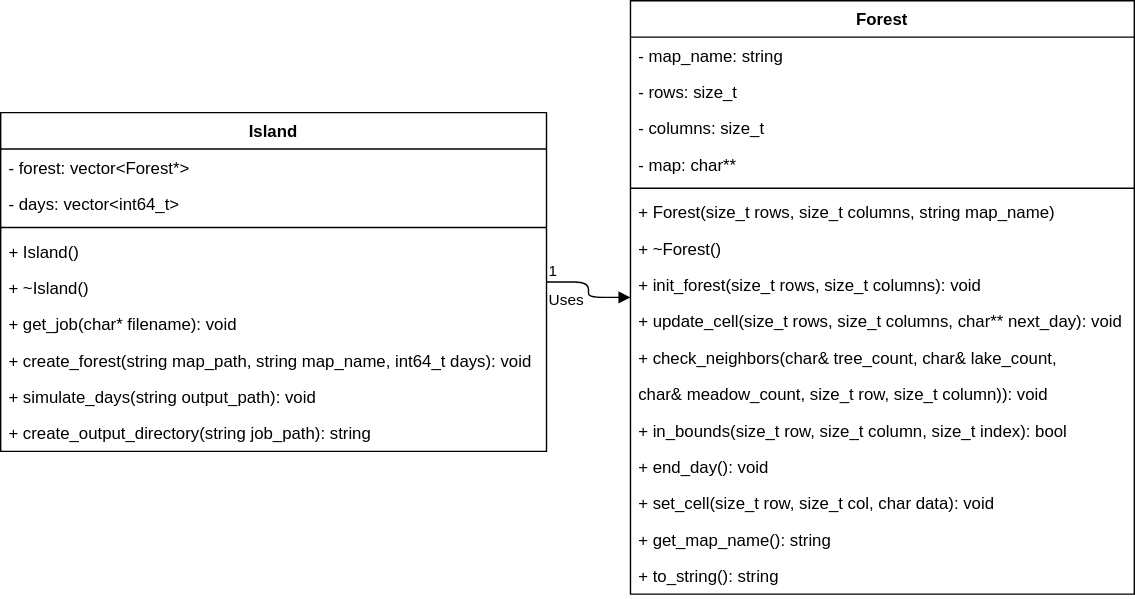
GilbertAb/Projects-Parallel_Computing keeps this draw.io diagram as proyecto-2/img/class_diagram.svg. Above is the earlier version. Source tidied: cells renumbered, new cells last; positions are measured from the earlier drawing's top-left corner, leaving out a move shared by most shapes. Source of this version:
```xml
<mxGraphModel>
  <root>
    <mxCell id="0" />
    <mxCell id="1" parent="0" />
    <mxCell id="2" value="Island" style="swimlane;fontStyle=1;align=center;verticalAlign=top;horizontal=1;startSize=26;" parent="1" vertex="1">
      <mxGeometry y="80" width="390" height="242" as="geometry" />
    </mxCell>
    <mxCell id="3" value="- forest: vector&lt;Forest*&gt;" style="text;strokeColor=none;fillColor=none;align=left;verticalAlign=top;spacingLeft=4;spacingRight=4;overflow=hidden;" parent="2" vertex="1">
      <mxGeometry y="26" width="390" height="26" as="geometry" />
    </mxCell>
    <mxCell id="4" value="- days: vector&lt;int64_t&gt;" style="text;strokeColor=none;fillColor=none;align=left;verticalAlign=top;spacingLeft=4;spacingRight=4;overflow=hidden;" parent="2" vertex="1">
      <mxGeometry y="52" width="390" height="26" as="geometry" />
    </mxCell>
    <mxCell id="5" style="line;strokeWidth=1;fillColor=none;align=left;verticalAlign=middle;spacingTop=-1;spacingLeft=3;spacingRight=3;labelPosition=right;" parent="2" vertex="1">
      <mxGeometry y="78" width="390" height="8" as="geometry" />
    </mxCell>
    <mxCell id="6" value="+ Island()" style="text;strokeColor=none;fillColor=none;align=left;verticalAlign=top;spacingLeft=4;spacingRight=4;overflow=hidden;" parent="2" vertex="1">
      <mxGeometry y="86" width="390" height="26" as="geometry" />
    </mxCell>
    <mxCell id="7" value="+ ~Island()" style="text;strokeColor=none;fillColor=none;align=left;verticalAlign=top;spacingLeft=4;spacingRight=4;overflow=hidden;" parent="2" vertex="1">
      <mxGeometry y="112" width="390" height="26" as="geometry" />
    </mxCell>
    <mxCell id="8" value="+ get_job(char* filename): void" style="text;strokeColor=none;fillColor=none;align=left;verticalAlign=top;spacingLeft=4;spacingRight=4;overflow=hidden;" parent="2" vertex="1">
      <mxGeometry y="138" width="390" height="26" as="geometry" />
    </mxCell>
    <mxCell id="9" value="+ create_forest(string map_path, string map_name, int64_t days): void" style="text;strokeColor=none;fillColor=none;align=left;verticalAlign=top;spacingLeft=4;spacingRight=4;overflow=hidden;" parent="2" vertex="1">
      <mxGeometry y="164" width="390" height="26" as="geometry" />
    </mxCell>
    <mxCell id="10" value="+ simulate_days(string output_path): void" style="text;strokeColor=none;fillColor=none;align=left;verticalAlign=top;spacingLeft=4;spacingRight=4;overflow=hidden;" parent="2" vertex="1">
      <mxGeometry y="190" width="390" height="26" as="geometry" />
    </mxCell>
    <mxCell id="11" value="+ create_output_directory(string job_path): string" style="text;strokeColor=none;fillColor=none;align=left;verticalAlign=top;spacingLeft=4;spacingRight=4;overflow=hidden;" parent="2" vertex="1">
      <mxGeometry y="216" width="390" height="26" as="geometry" />
    </mxCell>
    <mxCell id="12" value="Forest" style="swimlane;fontStyle=1;align=center;verticalAlign=top;horizontal=1;startSize=26;" parent="1" vertex="1">
      <mxGeometry x="450" width="360" height="424" as="geometry" />
    </mxCell>
    <mxCell id="13" value="- map_name: string" style="text;strokeColor=none;fillColor=none;align=left;verticalAlign=top;spacingLeft=4;spacingRight=4;overflow=hidden;" parent="12" vertex="1">
      <mxGeometry y="26" width="360" height="26" as="geometry" />
    </mxCell>
    <mxCell id="14" value="- rows: size_t" style="text;strokeColor=none;fillColor=none;align=left;verticalAlign=top;spacingLeft=4;spacingRight=4;overflow=hidden;" parent="12" vertex="1">
      <mxGeometry y="52" width="360" height="26" as="geometry" />
    </mxCell>
    <mxCell id="15" value="- columns: size_t" style="text;strokeColor=none;fillColor=none;align=left;verticalAlign=top;spacingLeft=4;spacingRight=4;overflow=hidden;" parent="12" vertex="1">
      <mxGeometry y="78" width="360" height="26" as="geometry" />
    </mxCell>
    <mxCell id="16" value="- map: char**" style="text;strokeColor=none;fillColor=none;align=left;verticalAlign=top;spacingLeft=4;spacingRight=4;overflow=hidden;" parent="12" vertex="1">
      <mxGeometry y="104" width="360" height="26" as="geometry" />
    </mxCell>
    <mxCell id="17" style="line;strokeWidth=1;fillColor=none;align=left;verticalAlign=middle;spacingTop=-1;spacingLeft=3;spacingRight=3;labelPosition=right;" parent="12" vertex="1">
      <mxGeometry y="130" width="360" height="8" as="geometry" />
    </mxCell>
    <mxCell id="18" value="+ Forest(size_t rows, size_t columns, string map_name)" style="text;strokeColor=none;fillColor=none;align=left;verticalAlign=top;spacingLeft=4;spacingRight=4;overflow=hidden;" parent="12" vertex="1">
      <mxGeometry y="138" width="360" height="26" as="geometry" />
    </mxCell>
    <mxCell id="19" value="+ ~Forest()" style="text;strokeColor=none;fillColor=none;align=left;verticalAlign=top;spacingLeft=4;spacingRight=4;overflow=hidden;" parent="12" vertex="1">
      <mxGeometry y="164" width="360" height="26" as="geometry" />
    </mxCell>
    <mxCell id="20" value="+ init_forest(size_t rows, size_t columns): void" style="text;strokeColor=none;fillColor=none;align=left;verticalAlign=top;spacingLeft=4;spacingRight=4;overflow=hidden;" parent="12" vertex="1">
      <mxGeometry y="190" width="360" height="26" as="geometry" />
    </mxCell>
    <mxCell id="21" value="+ update_cell(size_t rows, size_t columns, char** next_day): void" style="text;strokeColor=none;fillColor=none;align=left;verticalAlign=top;spacingLeft=4;spacingRight=4;overflow=hidden;" parent="12" vertex="1">
      <mxGeometry y="216" width="360" height="26" as="geometry" />
    </mxCell>
    <mxCell id="22" value="+ check_neighbors(char&amp; tree_count, char&amp; lake_count, " style="text;strokeColor=none;fillColor=none;align=left;verticalAlign=top;spacingLeft=4;spacingRight=4;overflow=hidden;" parent="12" vertex="1">
      <mxGeometry y="242" width="360" height="26" as="geometry" />
    </mxCell>
    <mxCell id="23" value="char&amp; meadow_count, size_t row, size_t column)): void" style="text;strokeColor=none;fillColor=none;align=left;verticalAlign=top;spacingLeft=4;spacingRight=4;overflow=hidden;" parent="12" vertex="1">
      <mxGeometry y="268" width="360" height="26" as="geometry" />
    </mxCell>
    <mxCell id="24" value="+ in_bounds(size_t row, size_t column, size_t index): bool" style="text;strokeColor=none;fillColor=none;align=left;verticalAlign=top;spacingLeft=4;spacingRight=4;overflow=hidden;" parent="12" vertex="1">
      <mxGeometry y="294" width="360" height="26" as="geometry" />
    </mxCell>
    <mxCell id="25" value="+ end_day(): void" style="text;strokeColor=none;fillColor=none;align=left;verticalAlign=top;spacingLeft=4;spacingRight=4;overflow=hidden;" parent="12" vertex="1">
      <mxGeometry y="320" width="360" height="26" as="geometry" />
    </mxCell>
    <mxCell id="26" value="+ set_cell(size_t row, size_t col, char data): void" style="text;strokeColor=none;fillColor=none;align=left;verticalAlign=top;spacingLeft=4;spacingRight=4;overflow=hidden;" parent="12" vertex="1">
      <mxGeometry y="346" width="360" height="26" as="geometry" />
    </mxCell>
    <mxCell id="27" value="+ get_map_name(): string" style="text;strokeColor=none;fillColor=none;align=left;verticalAlign=top;spacingLeft=4;spacingRight=4;overflow=hidden;" parent="12" vertex="1">
      <mxGeometry y="372" width="360" height="26" as="geometry" />
    </mxCell>
    <mxCell id="28" value="+ to_string(): string" style="text;strokeColor=none;fillColor=none;align=left;verticalAlign=top;spacingLeft=4;spacingRight=4;overflow=hidden;" parent="12" vertex="1">
      <mxGeometry y="398" width="360" height="26" as="geometry" />
    </mxCell>
    <mxCell id="29" value="Uses" style="endArrow=block;endFill=1;html=1;edgeStyle=orthogonalEdgeStyle;align=left;verticalAlign=top;" parent="1" edge="1" source="2" target="12">
      <mxGeometry x="-1" relative="1" as="geometry" />
    </mxCell>
    <mxCell id="30" value="1" style="edgeLabel;html=1;align=left;verticalAlign=bottom;" parent="29" vertex="1">
      <mxGeometry x="-1" relative="1" as="geometry" />
    </mxCell>
  </root>
</mxGraphModel>
```
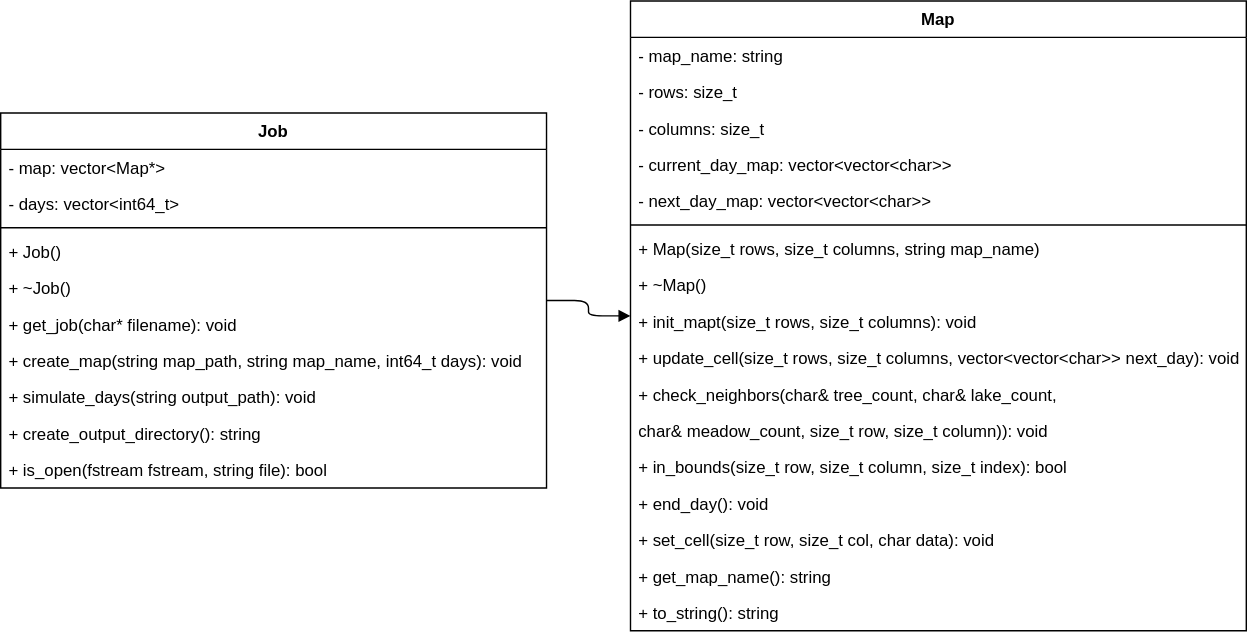
Above is the later version.

Change to the diagram source:
```diff
@@ -2,10 +2,10 @@
   <root>
     <mxCell id="0" />
     <mxCell id="1" parent="0" />
-    <mxCell id="2" value="Island" style="swimlane;fontStyle=1;align=center;verticalAlign=top;horizontal=1;startSize=26;" parent="1" vertex="1">
-      <mxGeometry y="80" width="390" height="242" as="geometry" />
+    <mxCell id="2" value="Job" style="swimlane;fontStyle=1;align=center;verticalAlign=top;horizontal=1;startSize=26;" parent="1" vertex="1">
+      <mxGeometry y="80" width="390" height="268" as="geometry" />
     </mxCell>
-    <mxCell id="3" value="- forest: vector&lt;Forest*&gt;" style="text;strokeColor=none;fillColor=none;align=left;verticalAlign=top;spacingLeft=4;spacingRight=4;overflow=hidden;" parent="2" vertex="1">
+    <mxCell id="3" value="- map: vector&lt;Map*&gt;" style="text;strokeColor=none;fillColor=none;align=left;verticalAlign=top;spacingLeft=4;spacingRight=4;overflow=hidden;" parent="2" vertex="1">
       <mxGeometry y="26" width="390" height="26" as="geometry" />
     </mxCell>
     <mxCell id="4" value="- days: vector&lt;int64_t&gt;" style="text;strokeColor=none;fillColor=none;align=left;verticalAlign=top;spacingLeft=4;spacingRight=4;overflow=hidden;" parent="2" vertex="1">
@@ -14,80 +14,83 @@
     <mxCell id="5" style="line;strokeWidth=1;fillColor=none;align=left;verticalAlign=middle;spacingTop=-1;spacingLeft=3;spacingRight=3;labelPosition=right;" parent="2" vertex="1">
       <mxGeometry y="78" width="390" height="8" as="geometry" />
     </mxCell>
-    <mxCell id="6" value="+ Island()" style="text;strokeColor=none;fillColor=none;align=left;verticalAlign=top;spacingLeft=4;spacingRight=4;overflow=hidden;" parent="2" vertex="1">
+    <mxCell id="6" value="+ Job()" style="text;strokeColor=none;fillColor=none;align=left;verticalAlign=top;spacingLeft=4;spacingRight=4;overflow=hidden;" parent="2" vertex="1">
       <mxGeometry y="86" width="390" height="26" as="geometry" />
     </mxCell>
-    <mxCell id="7" value="+ ~Island()" style="text;strokeColor=none;fillColor=none;align=left;verticalAlign=top;spacingLeft=4;spacingRight=4;overflow=hidden;" parent="2" vertex="1">
+    <mxCell id="7" value="+ ~Job()" style="text;strokeColor=none;fillColor=none;align=left;verticalAlign=top;spacingLeft=4;spacingRight=4;overflow=hidden;" parent="2" vertex="1">
       <mxGeometry y="112" width="390" height="26" as="geometry" />
     </mxCell>
     <mxCell id="8" value="+ get_job(char* filename): void" style="text;strokeColor=none;fillColor=none;align=left;verticalAlign=top;spacingLeft=4;spacingRight=4;overflow=hidden;" parent="2" vertex="1">
       <mxGeometry y="138" width="390" height="26" as="geometry" />
     </mxCell>
-    <mxCell id="9" value="+ create_forest(string map_path, string map_name, int64_t days): void" style="text;strokeColor=none;fillColor=none;align=left;verticalAlign=top;spacingLeft=4;spacingRight=4;overflow=hidden;" parent="2" vertex="1">
+    <mxCell id="9" value="+ create_map(string map_path, string map_name, int64_t days): void" style="text;strokeColor=none;fillColor=none;align=left;verticalAlign=top;spacingLeft=4;spacingRight=4;overflow=hidden;" parent="2" vertex="1">
       <mxGeometry y="164" width="390" height="26" as="geometry" />
     </mxCell>
     <mxCell id="10" value="+ simulate_days(string output_path): void" style="text;strokeColor=none;fillColor=none;align=left;verticalAlign=top;spacingLeft=4;spacingRight=4;overflow=hidden;" parent="2" vertex="1">
       <mxGeometry y="190" width="390" height="26" as="geometry" />
     </mxCell>
-    <mxCell id="11" value="+ create_output_directory(string job_path): string" style="text;strokeColor=none;fillColor=none;align=left;verticalAlign=top;spacingLeft=4;spacingRight=4;overflow=hidden;" parent="2" vertex="1">
+    <mxCell id="11" value="+ create_output_directory(): string" style="text;strokeColor=none;fillColor=none;align=left;verticalAlign=top;spacingLeft=4;spacingRight=4;overflow=hidden;" parent="2" vertex="1">
       <mxGeometry y="216" width="390" height="26" as="geometry" />
     </mxCell>
+    <mxCell id="31" value="+ is_open(fstream fstream, string file): bool" style="text;strokeColor=none;fillColor=none;align=left;verticalAlign=top;spacingLeft=4;spacingRight=4;overflow=hidden;" parent="2" vertex="1">
+      <mxGeometry y="242" width="390" height="26" as="geometry" />
+    </mxCell>
-    <mxCell id="12" value="Forest" style="swimlane;fontStyle=1;align=center;verticalAlign=top;horizontal=1;startSize=26;" parent="1" vertex="1">
-      <mxGeometry x="450" width="360" height="424" as="geometry" />
+    <mxCell id="12" value="Map" style="swimlane;fontStyle=1;align=center;verticalAlign=top;horizontal=1;startSize=26;" parent="1" vertex="1">
+      <mxGeometry x="450" width="440" height="450" as="geometry" />
     </mxCell>
     <mxCell id="13" value="- map_name: string" style="text;strokeColor=none;fillColor=none;align=left;verticalAlign=top;spacingLeft=4;spacingRight=4;overflow=hidden;" parent="12" vertex="1">
-      <mxGeometry y="26" width="360" height="26" as="geometry" />
+      <mxGeometry y="26" width="440" height="26" as="geometry" />
     </mxCell>
     <mxCell id="14" value="- rows: size_t" style="text;strokeColor=none;fillColor=none;align=left;verticalAlign=top;spacingLeft=4;spacingRight=4;overflow=hidden;" parent="12" vertex="1">
-      <mxGeometry y="52" width="360" height="26" as="geometry" />
+      <mxGeometry y="52" width="440" height="26" as="geometry" />
     </mxCell>
     <mxCell id="15" value="- columns: size_t" style="text;strokeColor=none;fillColor=none;align=left;verticalAlign=top;spacingLeft=4;spacingRight=4;overflow=hidden;" parent="12" vertex="1">
-      <mxGeometry y="78" width="360" height="26" as="geometry" />
+      <mxGeometry y="78" width="440" height="26" as="geometry" />
     </mxCell>
-    <mxCell id="16" value="- map: char**" style="text;strokeColor=none;fillColor=none;align=left;verticalAlign=top;spacingLeft=4;spacingRight=4;overflow=hidden;" parent="12" vertex="1">
-      <mxGeometry y="104" width="360" height="26" as="geometry" />
+    <mxCell id="16" value="- current_day_map: vector&lt;vector&lt;char&gt;&gt;" style="text;strokeColor=none;fillColor=none;align=left;verticalAlign=top;spacingLeft=4;spacingRight=4;overflow=hidden;" parent="12" vertex="1">
+      <mxGeometry y="104" width="440" height="26" as="geometry" />
     </mxCell>
+    <mxCell id="32" value="- next_day_map: vector&lt;vector&lt;char&gt;&gt;" style="text;strokeColor=none;fillColor=none;align=left;verticalAlign=top;spacingLeft=4;spacingRight=4;overflow=hidden;" parent="12" vertex="1">
+      <mxGeometry y="130" width="440" height="26" as="geometry" />
+    </mxCell>
     <mxCell id="17" style="line;strokeWidth=1;fillColor=none;align=left;verticalAlign=middle;spacingTop=-1;spacingLeft=3;spacingRight=3;labelPosition=right;" parent="12" vertex="1">
-      <mxGeometry y="130" width="360" height="8" as="geometry" />
+      <mxGeometry y="156" width="440" height="8" as="geometry" />
     </mxCell>
-    <mxCell id="18" value="+ Forest(size_t rows, size_t columns, string map_name)" style="text;strokeColor=none;fillColor=none;align=left;verticalAlign=top;spacingLeft=4;spacingRight=4;overflow=hidden;" parent="12" vertex="1">
-      <mxGeometry y="138" width="360" height="26" as="geometry" />
+    <mxCell id="18" value="+ Map(size_t rows, size_t columns, string map_name)" style="text;strokeColor=none;fillColor=none;align=left;verticalAlign=top;spacingLeft=4;spacingRight=4;overflow=hidden;" parent="12" vertex="1">
+      <mxGeometry y="164" width="440" height="26" as="geometry" />
     </mxCell>
-    <mxCell id="19" value="+ ~Forest()" style="text;strokeColor=none;fillColor=none;align=left;verticalAlign=top;spacingLeft=4;spacingRight=4;overflow=hidden;" parent="12" vertex="1">
-      <mxGeometry y="164" width="360" height="26" as="geometry" />
+    <mxCell id="19" value="+ ~Map()" style="text;strokeColor=none;fillColor=none;align=left;verticalAlign=top;spacingLeft=4;spacingRight=4;overflow=hidden;" parent="12" vertex="1">
+      <mxGeometry y="190" width="440" height="26" as="geometry" />
     </mxCell>
-    <mxCell id="20" value="+ init_forest(size_t rows, size_t columns): void" style="text;strokeColor=none;fillColor=none;align=left;verticalAlign=top;spacingLeft=4;spacingRight=4;overflow=hidden;" parent="12" vertex="1">
-      <mxGeometry y="190" width="360" height="26" as="geometry" />
+    <mxCell id="20" value="+ init_mapt(size_t rows, size_t columns): void" style="text;strokeColor=none;fillColor=none;align=left;verticalAlign=top;spacingLeft=4;spacingRight=4;overflow=hidden;" parent="12" vertex="1">
+      <mxGeometry y="216" width="440" height="26" as="geometry" />
     </mxCell>
-    <mxCell id="21" value="+ update_cell(size_t rows, size_t columns, char** next_day): void" style="text;strokeColor=none;fillColor=none;align=left;verticalAlign=top;spacingLeft=4;spacingRight=4;overflow=hidden;" parent="12" vertex="1">
-      <mxGeometry y="216" width="360" height="26" as="geometry" />
+    <mxCell id="21" value="+ update_cell(size_t rows, size_t columns, vector&lt;vector&lt;char&gt;&gt; next_day): void" style="text;strokeColor=none;fillColor=none;align=left;verticalAlign=top;spacingLeft=4;spacingRight=4;overflow=hidden;" parent="12" vertex="1">
+      <mxGeometry y="242" width="440" height="26" as="geometry" />
     </mxCell>
     <mxCell id="22" value="+ check_neighbors(char&amp; tree_count, char&amp; lake_count, " style="text;strokeColor=none;fillColor=none;align=left;verticalAlign=top;spacingLeft=4;spacingRight=4;overflow=hidden;" parent="12" vertex="1">
-      <mxGeometry y="242" width="360" height="26" as="geometry" />
+      <mxGeometry y="268" width="440" height="26" as="geometry" />
     </mxCell>
     <mxCell id="23" value="char&amp; meadow_count, size_t row, size_t column)): void" style="text;strokeColor=none;fillColor=none;align=left;verticalAlign=top;spacingLeft=4;spacingRight=4;overflow=hidden;" parent="12" vertex="1">
-      <mxGeometry y="268" width="360" height="26" as="geometry" />
+      <mxGeometry y="294" width="440" height="26" as="geometry" />
     </mxCell>
     <mxCell id="24" value="+ in_bounds(size_t row, size_t column, size_t index): bool" style="text;strokeColor=none;fillColor=none;align=left;verticalAlign=top;spacingLeft=4;spacingRight=4;overflow=hidden;" parent="12" vertex="1">
-      <mxGeometry y="294" width="360" height="26" as="geometry" />
+      <mxGeometry y="320" width="440" height="26" as="geometry" />
     </mxCell>
     <mxCell id="25" value="+ end_day(): void" style="text;strokeColor=none;fillColor=none;align=left;verticalAlign=top;spacingLeft=4;spacingRight=4;overflow=hidden;" parent="12" vertex="1">
-      <mxGeometry y="320" width="360" height="26" as="geometry" />
+      <mxGeometry y="346" width="440" height="26" as="geometry" />
     </mxCell>
     <mxCell id="26" value="+ set_cell(size_t row, size_t col, char data): void" style="text;strokeColor=none;fillColor=none;align=left;verticalAlign=top;spacingLeft=4;spacingRight=4;overflow=hidden;" parent="12" vertex="1">
-      <mxGeometry y="346" width="360" height="26" as="geometry" />
+      <mxGeometry y="372" width="440" height="26" as="geometry" />
     </mxCell>
     <mxCell id="27" value="+ get_map_name(): string" style="text;strokeColor=none;fillColor=none;align=left;verticalAlign=top;spacingLeft=4;spacingRight=4;overflow=hidden;" parent="12" vertex="1">
-      <mxGeometry y="372" width="360" height="26" as="geometry" />
+      <mxGeometry y="398" width="440" height="26" as="geometry" />
     </mxCell>
     <mxCell id="28" value="+ to_string(): string" style="text;strokeColor=none;fillColor=none;align=left;verticalAlign=top;spacingLeft=4;spacingRight=4;overflow=hidden;" parent="12" vertex="1">
-      <mxGeometry y="398" width="360" height="26" as="geometry" />
+      <mxGeometry y="424" width="440" height="26" as="geometry" />
     </mxCell>
-    <mxCell id="29" value="Uses" style="endArrow=block;endFill=1;html=1;edgeStyle=orthogonalEdgeStyle;align=left;verticalAlign=top;" parent="1" edge="1" source="2" target="12">
+    <mxCell id="29" style="endArrow=block;endFill=1;html=1;edgeStyle=orthogonalEdgeStyle;align=left;verticalAlign=top;" parent="1" edge="1" source="2" target="12">
       <mxGeometry x="-1" relative="1" as="geometry" />
     </mxCell>
-    <mxCell id="30" value="1" style="edgeLabel;html=1;align=left;verticalAlign=bottom;" parent="29" vertex="1">
-      <mxGeometry x="-1" relative="1" as="geometry" />
-    </mxCell>
   </root>
 </mxGraphModel>
```
